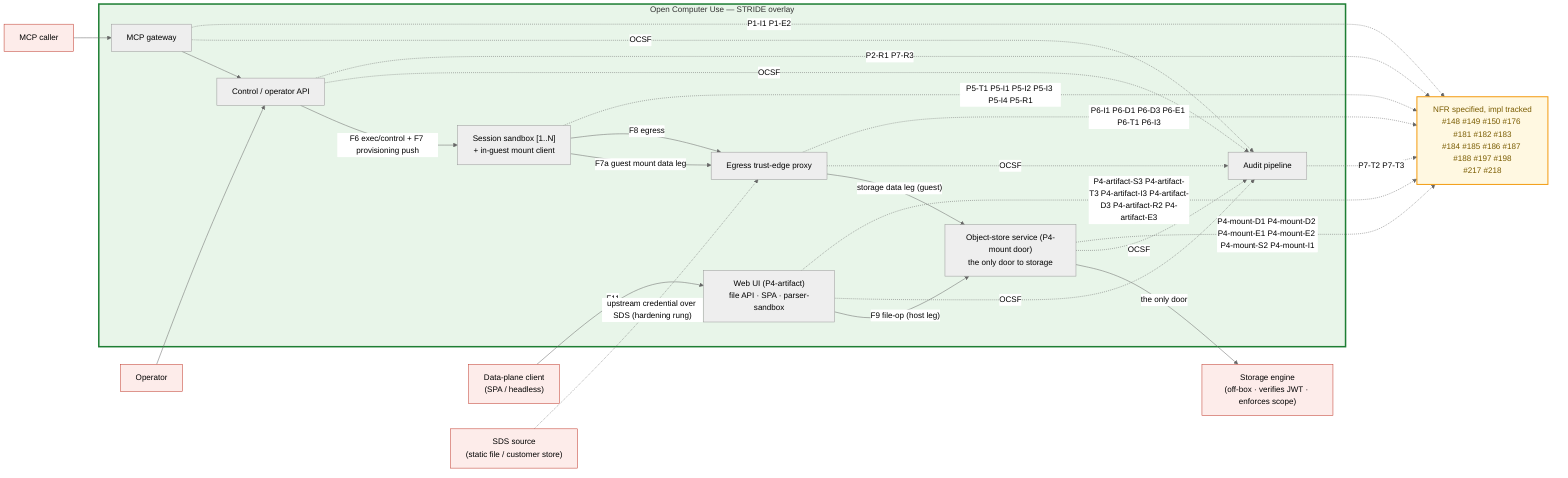
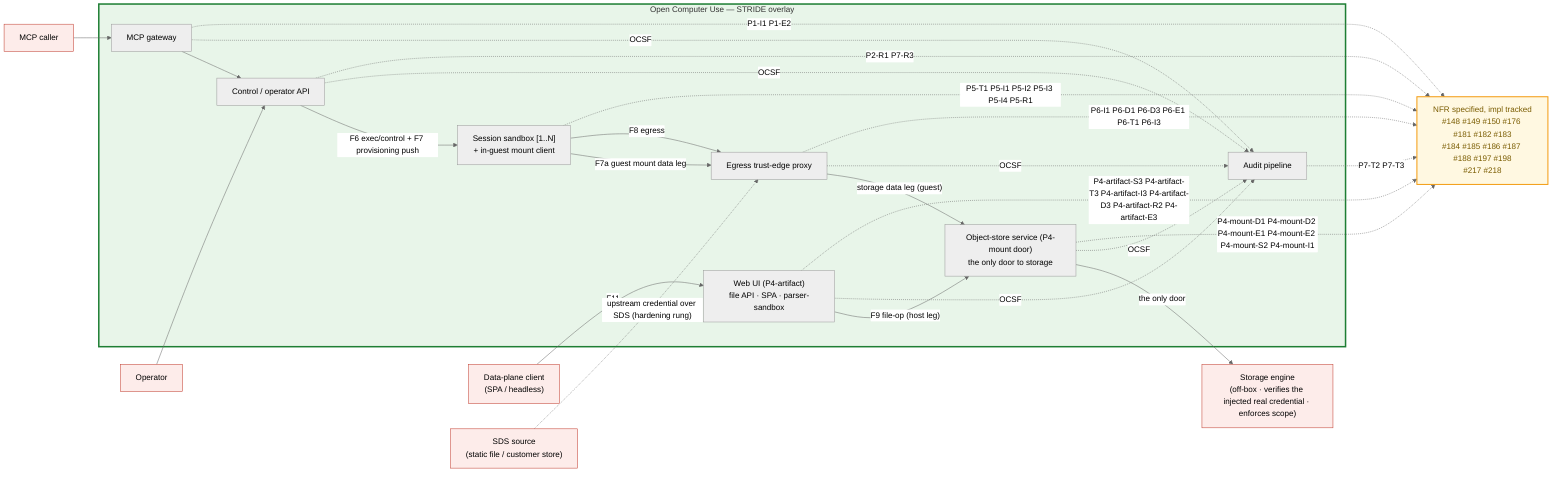
%% SPDX-License-Identifier: FSL-1.1-Apache-2.0
%% Copyright (c) 2025 Open Computer Use Contributors
%% Layer 7 STRIDE overlay on the Layer 6 container DFD. Referenced from docs/architecture/06-threat-model.md.
%% Residual (PARTIAL) threats annotated per element; the DFD itself is canonical in c4-container.mmd (not redrawn).
%%{init: {"theme": "neutral"} }%%
flowchart LR
    PEER["MCP caller"]:::ext
    OPER["Operator"]:::ext
    DPC["Data-plane client<br/>(SPA / headless)"]:::ext
    SDS["SDS source<br/>(static file / customer store)"]:::ext
-     ENGINE["Storage engine<br/>(off-box · verifies JWT · enforces scope)"]:::ext
+     ENGINE["Storage engine<br/>(off-box · verifies the injected real credential · enforces scope)"]:::ext
    subgraph OCU["Open Computer Use — STRIDE overlay"]
        MCPG["MCP gateway"]
        CTRL["Control / operator API"]
        OSS["Object-store service (P4-mount door)<br/>the only door to storage"]
        WEBUI["Web UI (P4-artifact)<br/>file API · SPA · parser-sandbox"]
        VM["Session sandbox [1..N]<br/>+ in-guest mount client"]
        EDGE["Egress trust-edge proxy"]
        AUD["Audit pipeline"]
    end
    PEER --> MCPG
    OPER --> CTRL
    MCPG --> CTRL
    CTRL -->|"F6 exec/control + F7 provisioning push"| VM
    DPC -->|"F11"| WEBUI
    WEBUI -->|"F9 file-op (host leg)"| OSS
    VM -->|"F7a guest mount data leg"| EDGE
    VM -->|"F8 egress"| EDGE
    EDGE -->|"storage data leg (guest)"| OSS
    OSS -->|"the only door"| ENGINE
    SDS -.->|"upstream credential over SDS (hardening rung)"| EDGE
    %% The Session sandbox does NOT emit to audit (dead model #3). Host-side
    %% components author the guest's audit events; fan-in is host-side only.
    EDGE -.OCSF.-> AUD
    OSS -.OCSF.-> AUD
    WEBUI -.OCSF.-> AUD
    MCPG -.OCSF.-> AUD
    CTRL -.OCSF.-> AUD

    PEND["NFR specified, impl tracked<br/>#148 #149 #150 #176 #181 #182 #183<br/>#184 #185 #186 #187 #188 #197 #198<br/>#217 #218"]:::pend
    MCPG -. P1-I1 P1-E2 .-> PEND
    CTRL -. P2-R1 P7-R3 .-> PEND
    OSS -. "P4-mount-D1 P4-mount-D2 P4-mount-E1 P4-mount-E2 P4-mount-S2 P4-mount-I1" .-> PEND
    WEBUI -. "P4-artifact-S3 P4-artifact-T3 P4-artifact-I3 P4-artifact-D3 P4-artifact-R2 P4-artifact-E3" .-> PEND
    VM -. P5-T1 P5-I1 P5-I2 P5-I3 P5-I4 P5-R1 .-> PEND
    EDGE -. P6-I1 P6-D1 P6-D3 P6-E1 P6-T1 P6-I3 .-> PEND
    AUD -. P7-T2 P7-T3 .-> PEND

    classDef ext fill:#fdecea,stroke:#c0392b,stroke-width:1px;
    classDef pend fill:#fff8e1,stroke:#f39c12,stroke-width:2px,color:#7a5c00;
    style OCU fill:#e8f5e9,stroke:#1e7e34,stroke-width:3px;
